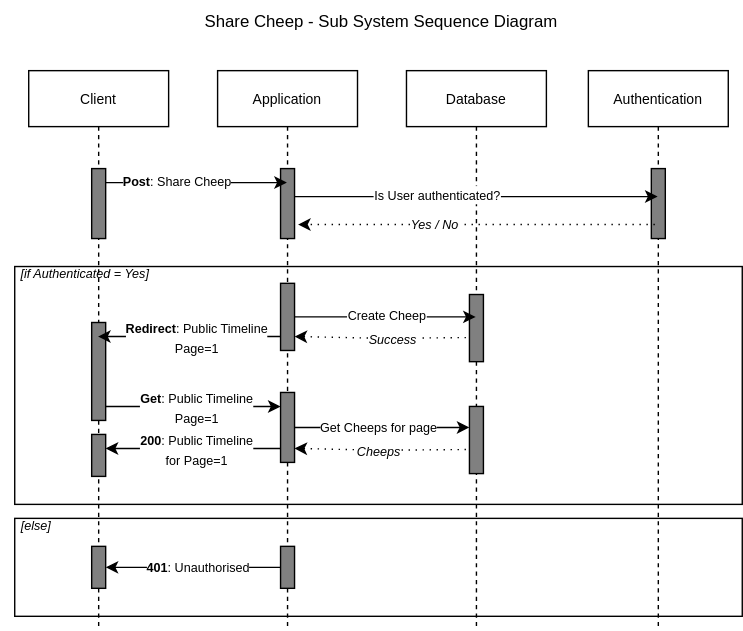
Above: docs/Diagrams/SubSystemSequenceDiagramShareCheep.drawio.svg in ITU-BDSA23-GROUP22/Chirp (draw.io), before the change. Source tidied: cells renumbered, new cells last; positions are measured from the earlier drawing's top-left corner, leaving out a move shared by most shapes.
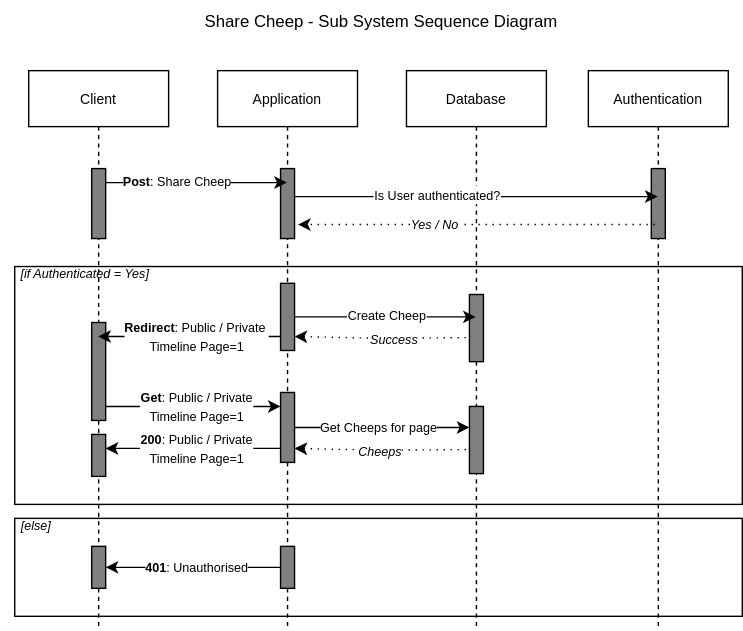
The same file after the commit.

Commit message:
added private timeline to SubSystemSequenceDiagramShareCheep.drawio.svg

Change to the diagram source:
```diff
@@ -120,7 +120,7 @@
         </Array>
       </mxGeometry>
     </mxCell>
-    <mxCell id="31" value="&lt;font style=&quot;font-size: 9px;&quot;&gt;&lt;b&gt;Redirect&lt;/b&gt;: Public Timeline&lt;br&gt;Page=1&lt;/font&gt;" style="edgeLabel;html=1;align=center;verticalAlign=middle;" parent="30" vertex="1">
+    <mxCell id="31" value="&lt;font style=&quot;font-size: 9px;&quot;&gt;&lt;b&gt;Redirect&lt;/b&gt;: Public / Private&amp;nbsp;&lt;br&gt;Timeline Page=1&lt;/font&gt;" style="edgeLabel;html=1;align=center;verticalAlign=middle;" parent="30" vertex="1">
       <mxGeometry x="-0.08" relative="1" as="geometry" />
     </mxCell>
     <mxCell id="32" style="edgeStyle=orthogonalEdgeStyle;rounded=0;jettySize=auto;html=1;curved=0;" parent="1" edge="1" source="10" target="7">
@@ -131,7 +131,7 @@
         </Array>
       </mxGeometry>
     </mxCell>
-    <mxCell id="33" value="&lt;font style=&quot;font-size: 9px;&quot;&gt;&lt;b&gt;Get&lt;/b&gt;: Public Timeline&lt;br&gt;Page=1&lt;br&gt;&lt;/font&gt;" style="edgeLabel;html=1;align=center;verticalAlign=middle;" parent="32" vertex="1">
+    <mxCell id="33" value="&lt;font style=&quot;font-size: 9px;&quot;&gt;&lt;b&gt;Get&lt;/b&gt;: Public / Private &lt;br&gt;Timeline Page=1&lt;br&gt;&lt;/font&gt;" style="edgeLabel;html=1;align=center;verticalAlign=middle;" parent="32" vertex="1">
       <mxGeometry x="-0.37" relative="1" as="geometry">
         <mxPoint x="25" as="offset" />
       </mxGeometry>
@@ -168,7 +168,7 @@
         </Array>
       </mxGeometry>
     </mxCell>
-    <mxCell id="39" value="&lt;font style=&quot;font-size: 9px;&quot;&gt;&lt;b&gt;200&lt;/b&gt;: Public Timeline&lt;br&gt;for Page=1&lt;/font&gt;" style="edgeLabel;html=1;align=center;verticalAlign=middle;" parent="38" vertex="1">
+    <mxCell id="39" value="&lt;font style=&quot;font-size: 9px;&quot;&gt;&lt;b&gt;200&lt;/b&gt;: Public / Private &lt;br&gt;Timeline Page=1&lt;/font&gt;" style="edgeLabel;html=1;align=center;verticalAlign=middle;" parent="38" vertex="1">
       <mxGeometry x="-0.03" relative="1" as="geometry" />
     </mxCell>
     <mxCell id="40" value="&lt;font style=&quot;font-size: 9px;&quot;&gt;&lt;i&gt;[if Authenticated = Yes]&lt;/i&gt;&lt;/font&gt;" style="text;html=1;align=center;verticalAlign=middle;strokeColor=none;fillColor=none;" parent="1" vertex="1">
```
